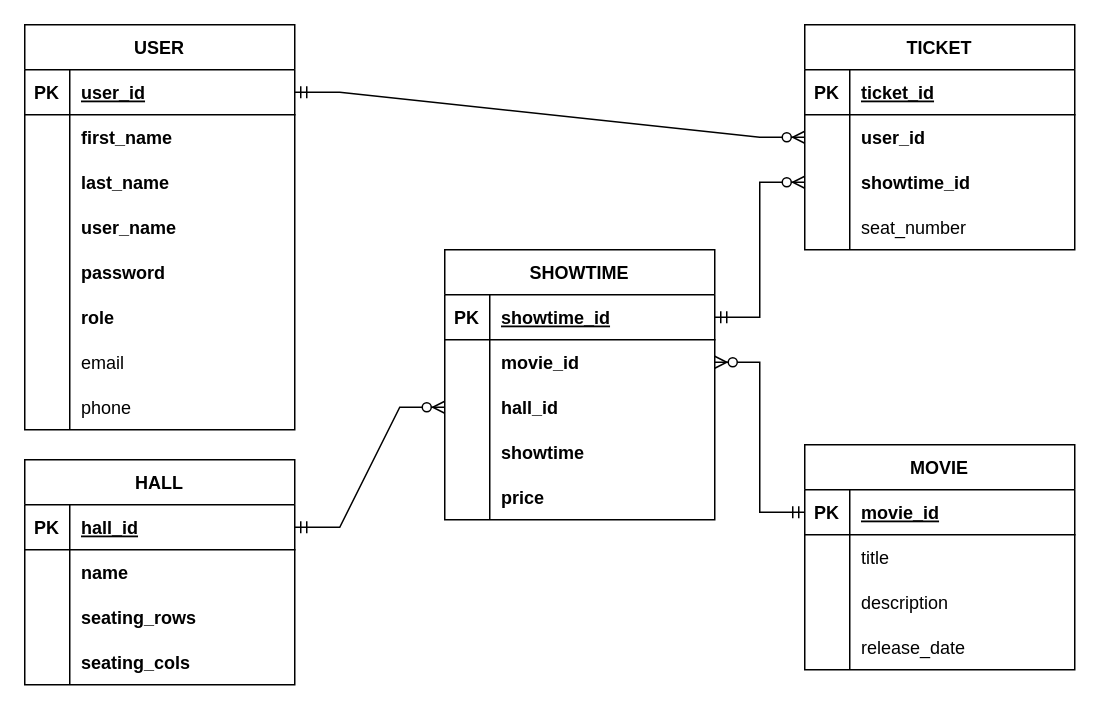
This is database/CinemaTicketBookingSystem.drawio from mayiiexvi/CinemaTicketBookingSystem, a draw.io file, before an edit. Source tidied: cells renumbered, new cells numbered last; positions are measured from the earlier drawing's top-left corner, leaving out a move shared by most shapes. Both pictures are drawn from the tidied source at 150%, with x=0, y=0 at pixel (24, 24).
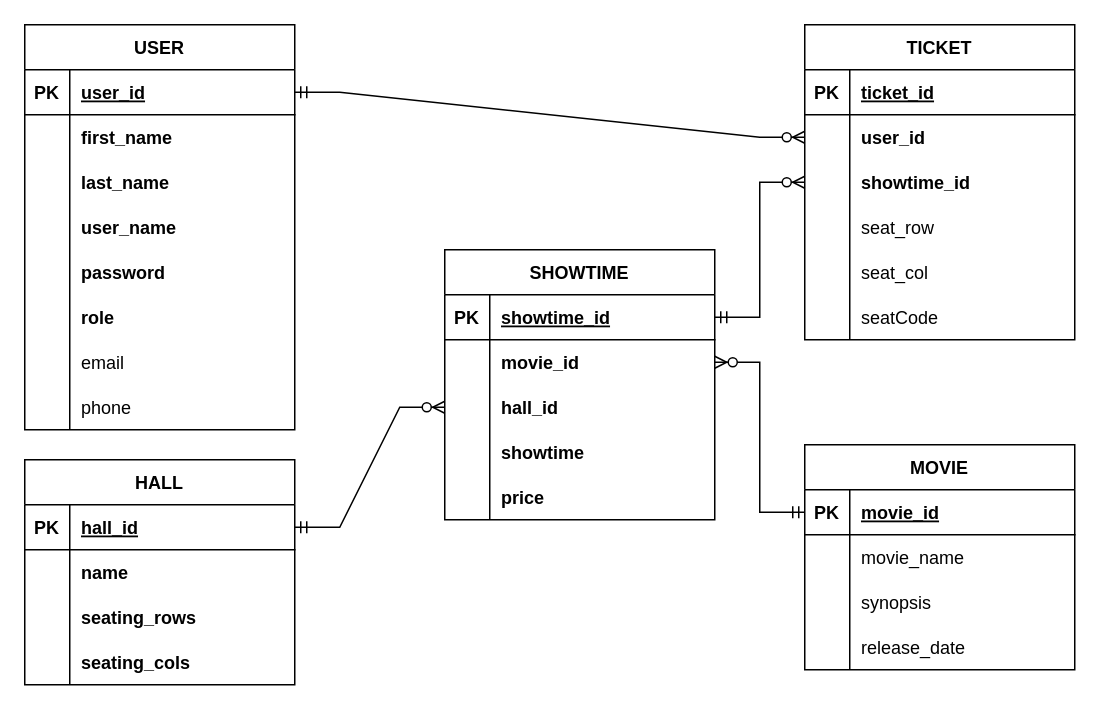
After the change.

Commit message (it also covers changes not shown here):
new layout for Hall id 2 and 3. booking seats

Unchanged cells that the change refers to:
```xml
<mxCell id="31" style="shape=tableRow;horizontal=0;startSize=0;swimlaneHead=0;swimlaneBody=0;fillColor=none;top=0;left=0;right=0;bottom=0;" parent="27" vertex="1">
  <mxGeometry y="60" width="180" height="30" as="geometry" />
</mxCell>
<mxCell id="34" style="shape=tableRow;horizontal=0;startSize=0;swimlaneHead=0;swimlaneBody=0;fillColor=none;top=0;left=0;right=0;bottom=0;" parent="27" vertex="1">
  <mxGeometry y="90" width="180" height="30" as="geometry" />
</mxCell>
<mxCell id="79" style="shape=tableRow;horizontal=0;startSize=0;swimlaneHead=0;swimlaneBody=0;fillColor=none;top=0;left=0;right=0;bottom=0;" parent="69" vertex="1">
  <mxGeometry y="120" width="180" height="30" as="geometry" />
</mxCell>
```

Diff of the diagram source:
```diff
@@
-    <mxCell id="33" value="title" style="shape=partialRectangle;fillColor=none;top=0;left=0;bottom=0;right=0;align=left;spacingLeft=6;overflow=hidden;" parent="31" vertex="1">
+    <mxCell id="33" value="movie_name" style="shape=partialRectangle;fillColor=none;top=0;left=0;bottom=0;right=0;align=left;spacingLeft=6;overflow=hidden;" parent="31" vertex="1">
       <mxGeometry x="30" width="150" height="30" as="geometry" />
     </mxCell>
@@
-    <mxCell id="36" value="description" style="shape=partialRectangle;fillColor=none;top=0;left=0;bottom=0;right=0;align=left;spacingLeft=6;overflow=hidden;" parent="34" vertex="1">
+    <mxCell id="36" value="synopsis" style="shape=partialRectangle;fillColor=none;top=0;left=0;bottom=0;right=0;align=left;spacingLeft=6;overflow=hidden;" parent="34" vertex="1">
       <mxGeometry x="30" width="150" height="30" as="geometry" />
     </mxCell>
@@
     <mxCell id="69" value="TICKET" style="shape=table;startSize=30;childLayout=tableLayout;rowLines=0;fontStyle=1;align=center;" parent="1" vertex="1">
-      <mxGeometry x="520" width="180" height="150" as="geometry" />
+      <mxGeometry x="520" width="180" height="210" as="geometry" />
     </mxCell>
@@
-    <mxCell id="81" value="seat_number" style="shape=partialRectangle;fillColor=none;top=0;left=0;bottom=0;right=0;align=left;spacingLeft=6;overflow=hidden;" parent="79" vertex="1">
+    <mxCell id="81" value="seat_row" style="shape=partialRectangle;fillColor=none;top=0;left=0;bottom=0;right=0;align=left;spacingLeft=6;overflow=hidden;" parent="79" vertex="1">
       <mxGeometry x="30" width="150" height="30" as="geometry" />
     </mxCell>
+    <mxCell id="86" style="shape=tableRow;horizontal=0;startSize=0;swimlaneHead=0;swimlaneBody=0;fillColor=none;top=0;left=0;right=0;bottom=0;" parent="69" vertex="1">
+      <mxGeometry y="150" width="180" height="30" as="geometry" />
+    </mxCell>
+    <mxCell id="87" style="shape=partialRectangle;fillColor=none;top=0;left=0;bottom=0;right=0;overflow=hidden;" parent="86" vertex="1">
+      <mxGeometry width="30" height="30" as="geometry" />
+    </mxCell>
+    <mxCell id="88" value="seat_col" style="shape=partialRectangle;fillColor=none;top=0;left=0;bottom=0;right=0;align=left;spacingLeft=6;overflow=hidden;" parent="86" vertex="1">
+      <mxGeometry x="30" width="150" height="30" as="geometry" />
+    </mxCell>
+    <mxCell id="89" style="shape=tableRow;horizontal=0;startSize=0;swimlaneHead=0;swimlaneBody=0;fillColor=none;top=0;left=0;right=0;bottom=0;" parent="69" vertex="1">
+      <mxGeometry y="180" width="180" height="30" as="geometry" />
+    </mxCell>
+    <mxCell id="90" style="shape=partialRectangle;fillColor=none;top=0;left=0;bottom=0;right=0;overflow=hidden;" parent="89" vertex="1">
+      <mxGeometry width="30" height="30" as="geometry" />
+    </mxCell>
+    <mxCell id="91" value="seatCode" style="shape=partialRectangle;fillColor=none;top=0;left=0;bottom=0;right=0;align=left;spacingLeft=6;overflow=hidden;" parent="89" vertex="1">
+      <mxGeometry x="30" width="150" height="30" as="geometry" />
+    </mxCell>
```
